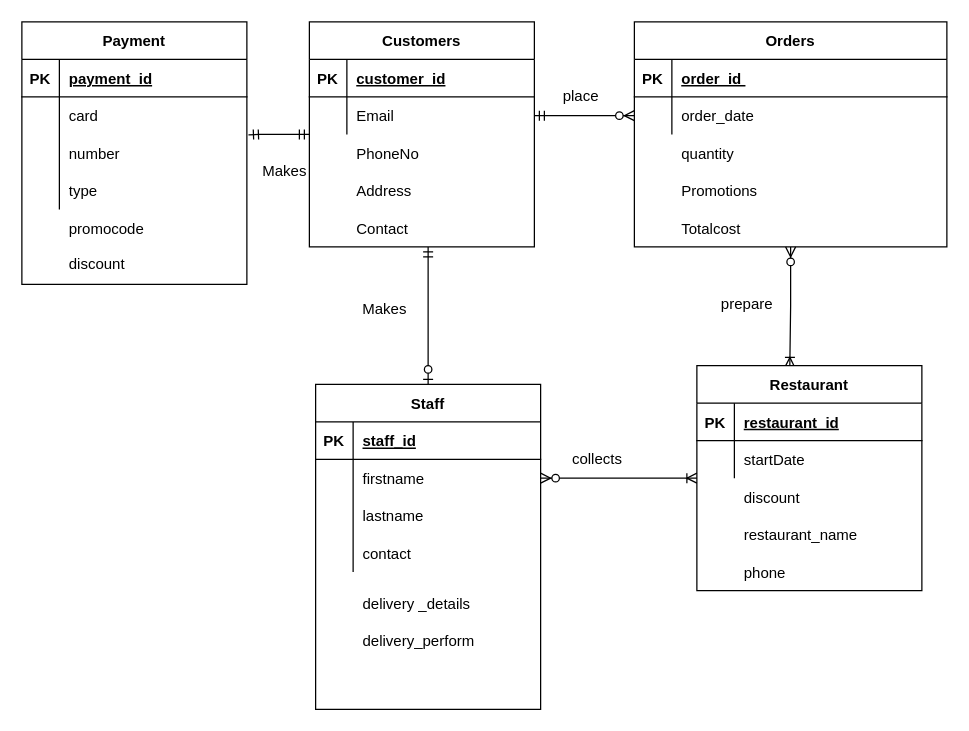
The draw.io diagram Untitled Diagram.drawio in GoodJeans/Database_ICT330, before the edit. Source tidied: cells renumbered, new cells numbered last; positions are measured from the earlier drawing's top-left corner, leaving out a move shared by most shapes. Both pictures are drawn from the tidied source at 125%, with x=0, y=0 at pixel (21, 21).
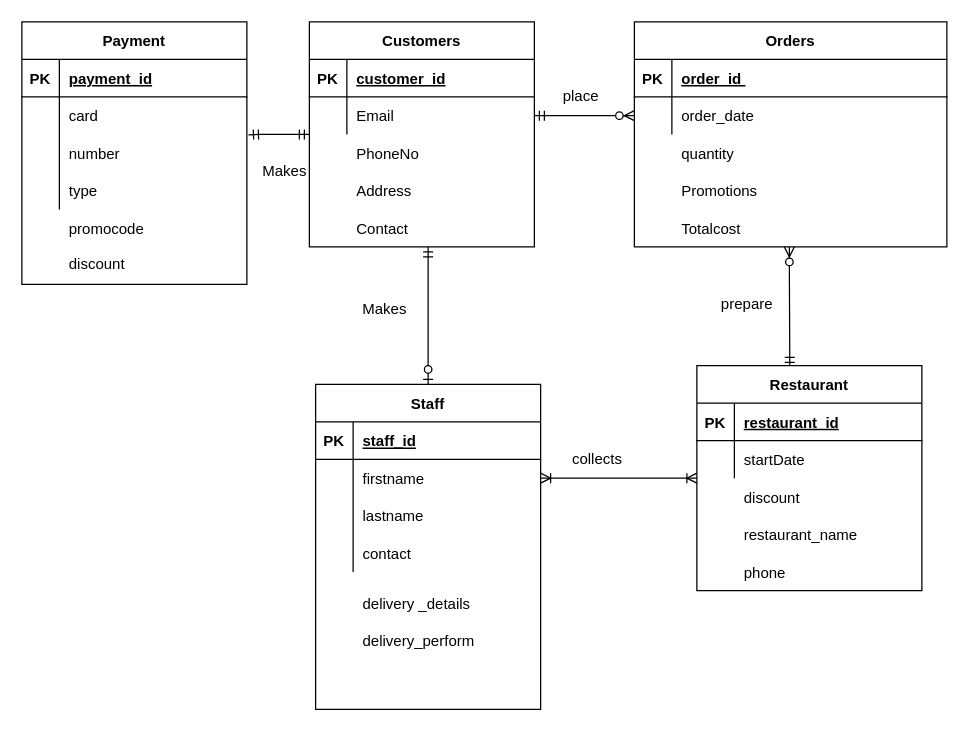
Above is the later version.

The change refers to these unchanged cells:
```xml
<mxCell id="18" value="Orders" style="shape=table;startSize=30;childLayout=tableLayout;rowLines=0;fontStyle=1;align=center;" parent="1" vertex="1">
  <mxGeometry x="490" width="250" height="180" as="geometry" />
</mxCell>
<mxCell id="62" style="shape=partialRectangle;fillColor=none;top=0;left=0;bottom=0;right=0;points=[[0,0.5],[1,0.5]];portConstraint=eastwest;" parent="58" vertex="1">
  <mxGeometry y="60" width="180" height="30" as="geometry" />
</mxCell>
<mxCell id="71" value="Restaurant" style="shape=table;startSize=30;childLayout=tableLayout;rowLines=0;fontStyle=1;align=center;" parent="1" vertex="1">
  <mxGeometry x="540" y="275" width="180" height="180" as="geometry" />
</mxCell>
```

Change to the diagram source:
```diff
@@
-    <mxCell id="17" style="edgeStyle=orthogonalEdgeStyle;rounded=0;jettySize=auto;html=1;entryX=0.413;entryY=0.008;entryDx=0;entryDy=0;entryPerimeter=0;startArrow=ERzeroToMany;startFill=1;endArrow=ERoneToMany;endFill=0;" parent="1" edge="1" source="18" target="71">
-      <mxGeometry relative="1" as="geometry" />
+    <mxCell id="17" style="edgeStyle=orthogonalEdgeStyle;rounded=0;jettySize=auto;html=1;entryX=0.413;entryY=0.008;entryDx=0;entryDy=0;entryPerimeter=0;startArrow=ERzeroToMany;startFill=1;endArrow=ERmandOne;endFill=0;" parent="1" edge="1" source="18" target="71">
+      <mxGeometry relative="1" as="geometry">
+        <Array as="points">
+          <mxPoint x="614" y="200" />
+          <mxPoint x="614" y="200" />
+        </Array>
+      </mxGeometry>
     </mxCell>
@@
-    <mxCell id="51" style="edgeStyle=orthogonalEdgeStyle;rounded=0;jettySize=auto;html=1;entryX=0;entryY=0.5;entryDx=0;entryDy=0;startArrow=ERzeroToMany;startFill=1;endArrow=ERoneToMany;endFill=0;" parent="1" edge="1" source="62" target="71">
+    <mxCell id="51" style="edgeStyle=orthogonalEdgeStyle;rounded=0;jettySize=auto;html=1;entryX=0;entryY=0.5;entryDx=0;entryDy=0;startArrow=ERoneToMany;startFill=0;endArrow=ERoneToMany;endFill=0;" parent="1" edge="1" source="62" target="71">
       <mxGeometry relative="1" as="geometry" />
     </mxCell>
```
